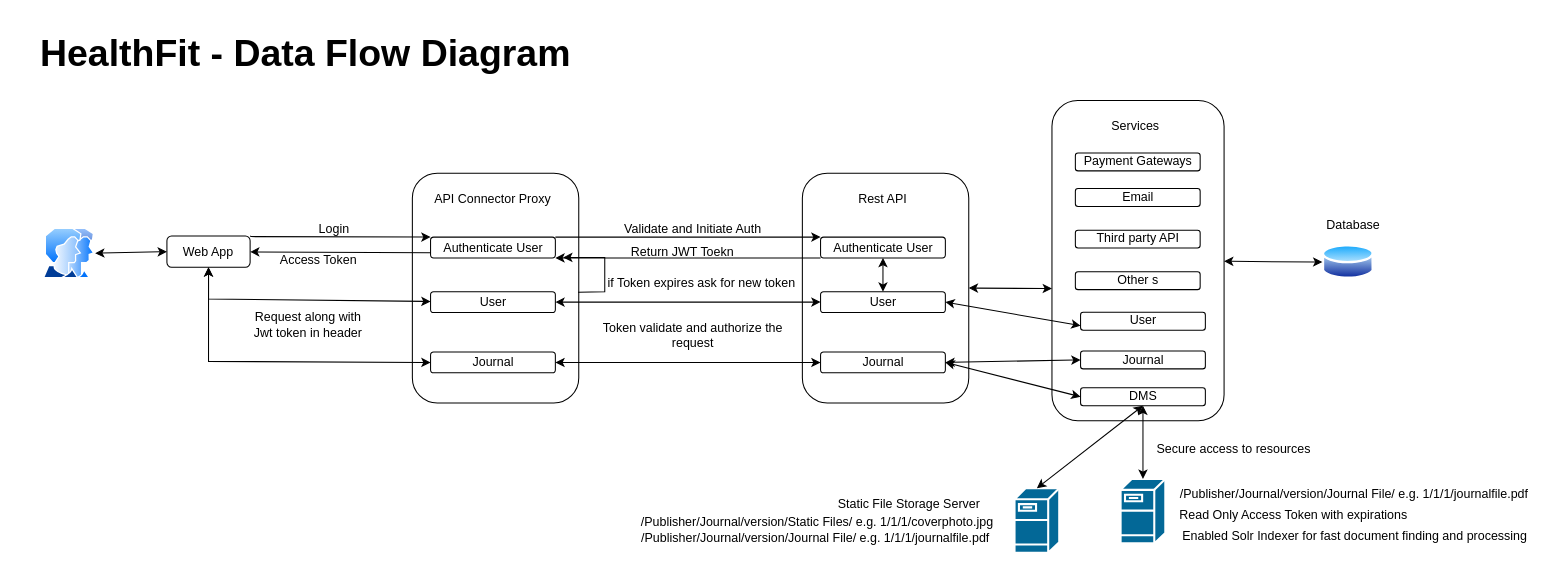
Above: Requirement Documents/HealthFit - Data Flow and Component Interaction.drawio in vishalbajad/HealthFit (draw.io), before the change. Source tidied: cells renumbered, new cells numbered last; positions are measured from the earlier drawing's top-left corner, leaving out a move shared by most shapes. Both pictures are drawn from the tidied source at 104%, with x=0, y=0 at pixel (17, 18).
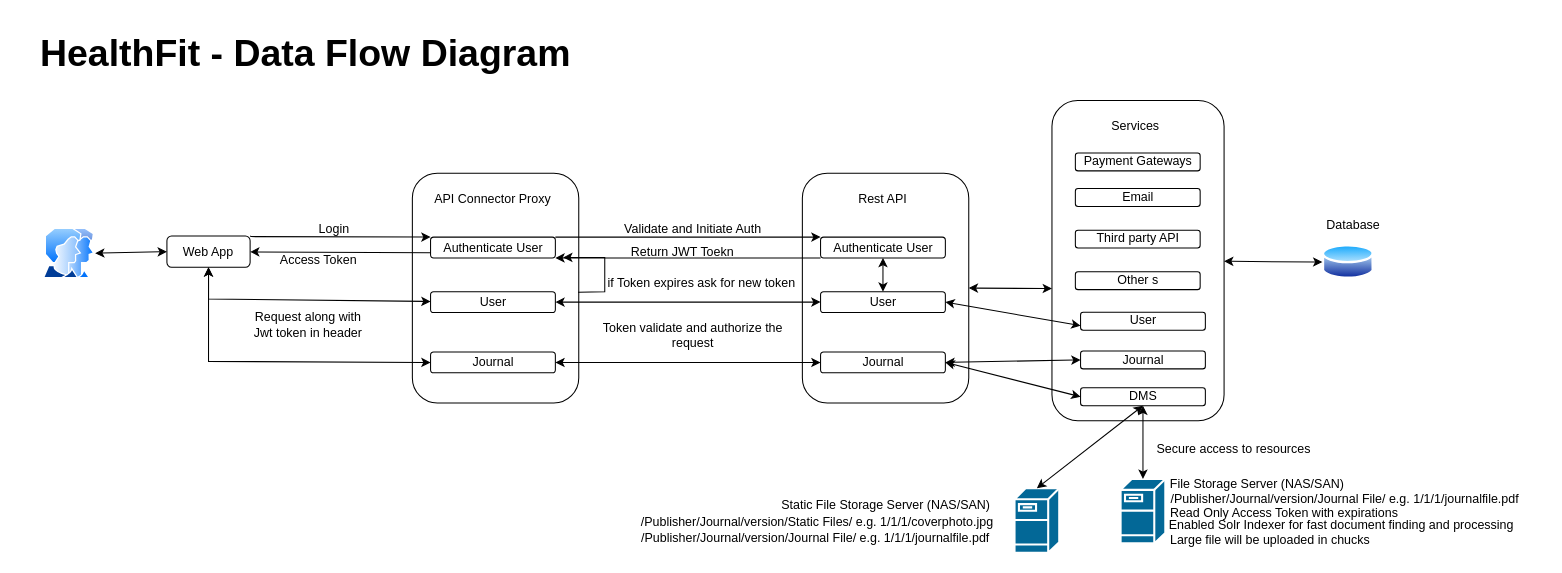
After the change.

Change to the diagram source:
```diff
@@
-    <mxCell id="34" value="Static File Storage Server&amp;nbsp;" style="text;html=1;align=center;verticalAlign=middle;strokeColor=#;fillColor=none;" parent="1" vertex="1">
-      <mxGeometry x="779" y="452" width="160" height="30" as="geometry" />
+    <mxCell id="34" value="Static File Storage Server (NAS/SAN)" style="text;html=1;align=center;verticalAlign=middle;strokeColor=#;fillColor=none;" parent="1" vertex="1">
+      <mxGeometry x="725" y="453" width="220" height="30" as="geometry" />
     </mxCell>
@@
     <mxCell id="41" value="/Publisher/Journal/version/Journal File/ e.g. 1/1/1/journalfile.pdf&amp;nbsp;" style="text;html=1;align=center;verticalAlign=middle;strokeColor=#;fillColor=none;" parent="1" vertex="1">
-      <mxGeometry x="1107" y="443" width="360" height="30" as="geometry" />
+      <mxGeometry x="1098" y="448" width="360" height="30" as="geometry" />
     </mxCell>
     <mxCell id="42" value="Read Only Access Token with expirations" style="text;html=1;align=center;verticalAlign=middle;strokeColor=#;fillColor=none;" parent="1" vertex="1">
-      <mxGeometry x="1107" y="463" width="240" height="30" as="geometry" />
+      <mxGeometry x="1098" y="461" width="240" height="30" as="geometry" />
     </mxCell>
     <mxCell id="43" value="Enabled Solr Indexer for fast document finding and processing" style="text;html=1;align=center;verticalAlign=middle;strokeColor=#;fillColor=none;" parent="1" vertex="1">
-      <mxGeometry x="1105.5" y="483" width="360" height="30" as="geometry" />
+      <mxGeometry x="1092.5" y="473" width="360" height="30" as="geometry" />
     </mxCell>
@@
+    <mxCell id="62" value="Large file will be uploaded in chucks" style="text;html=1;strokeColor=none;fillColor=none;align=center;verticalAlign=middle;whiteSpace=wrap;rounded=0;" parent="1" vertex="1">
+      <mxGeometry x="1093" y="487" width="224" height="30" as="geometry" />
+    </mxCell>
+    <mxCell id="63" value="File Storage Server (NAS/SAN)" style="text;html=1;align=center;verticalAlign=middle;strokeColor=#;fillColor=none;" parent="1" vertex="1">
+      <mxGeometry x="1097" y="433" width="190" height="30" as="geometry" />
+    </mxCell>
```
